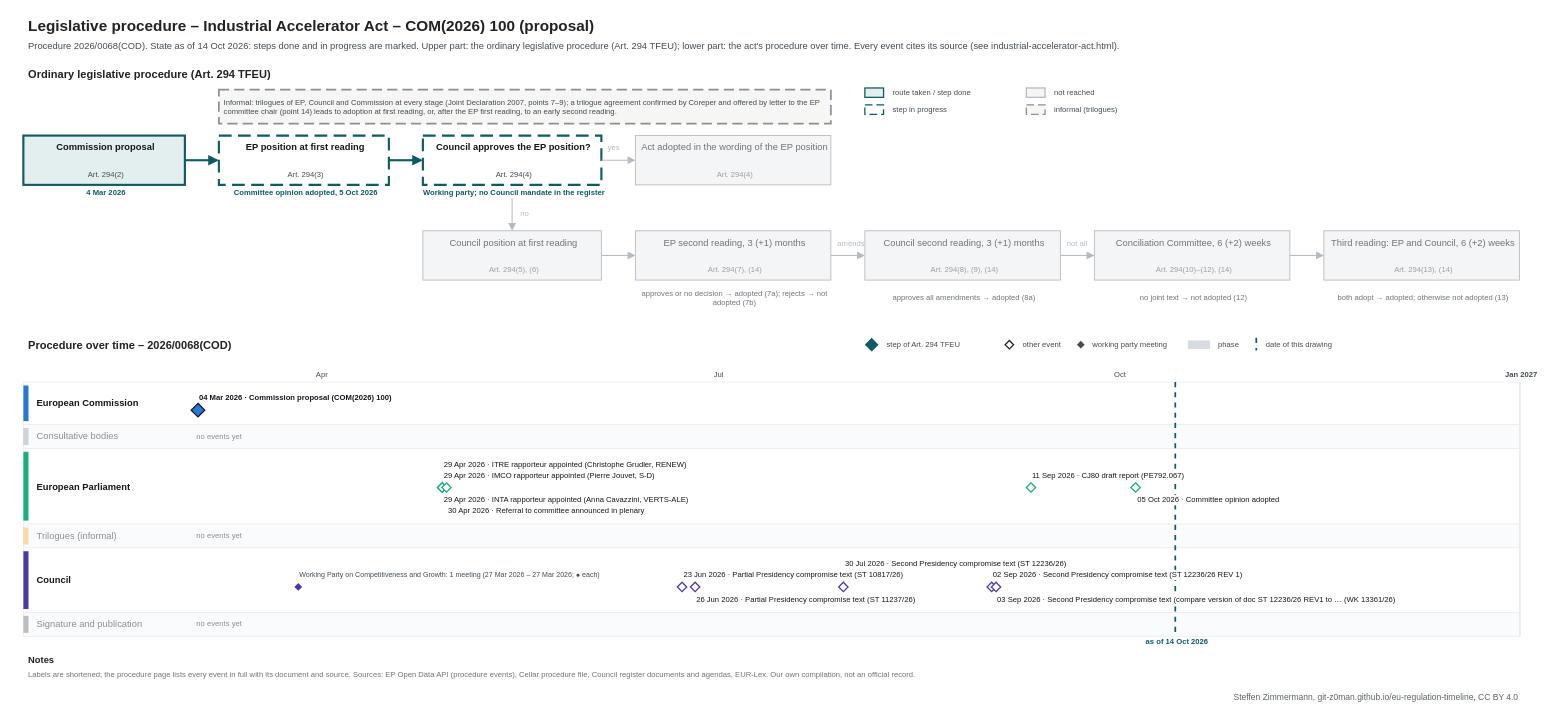
Earlier version of the draw.io diagram procedures/industrial-accelerator-act.drawio (git-z0man/eu-regulation-timeline). Source tidied: cells renumbered, new cells numbered last; positions are measured from the earlier drawing's top-left corner, leaving out a move shared by most shapes. Both pictures are drawn from the tidied source at 85%, with x=0, y=0 at pixel (14, 14).
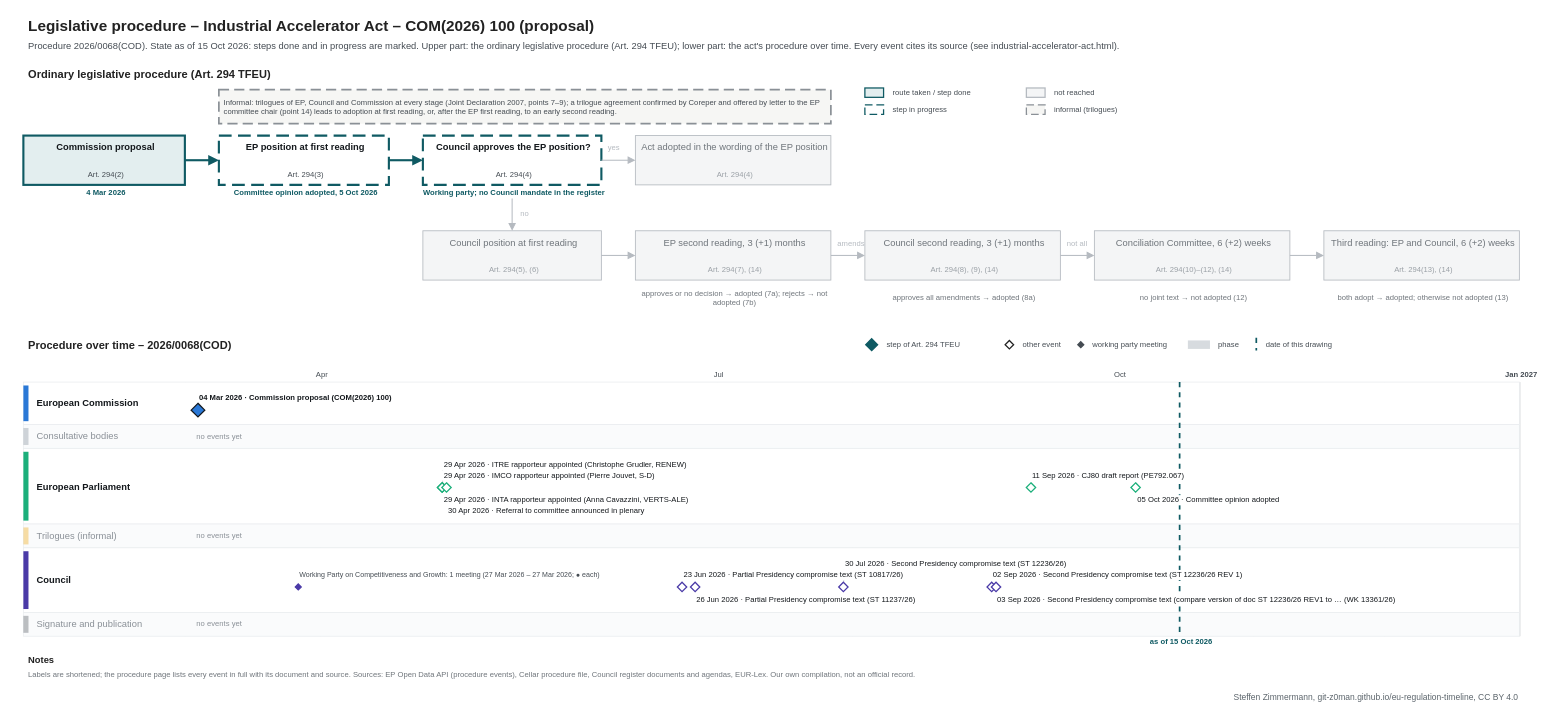
After the change.

Change to the diagram source:
```diff
@@
-    <mxCell id="3" value="Procedure 2026/0068(COD). State as of 14 Oct 2026: steps done and in progress are marked. Upper part: the ordinary legislative procedure (Art. 294 TFEU); lower part: the act's procedure over time. Every event cites its source (see industrial-accelerator-act.html)." style="text;html=1;fontSize=11;fontColor=#454c53;align=left;verticalAlign=middle;spacingLeft=4;" parent="1" vertex="1">
+    <mxCell id="3" value="Procedure 2026/0068(COD). State as of 15 Oct 2026: steps done and in progress are marked. Upper part: the ordinary legislative procedure (Art. 294 TFEU); lower part: the act's procedure over time. Every event cites its source (see industrial-accelerator-act.html)." style="text;html=1;fontSize=11;fontColor=#454c53;align=left;verticalAlign=middle;spacingLeft=4;" parent="1" vertex="1">
       <mxGeometry x="10" y="28" width="1700" height="18" as="geometry" />
     </mxCell>
@@
     <mxCell id="108" style="line;html=1;strokeWidth=2;strokeColor=#0f5a63;direction=south;dashed=1;" parent="1" vertex="1">
-      <mxGeometry x="1364.7" y="432" width="1" height="299" as="geometry" />
+      <mxGeometry x="1369.8" y="432" width="1" height="299" as="geometry" />
     </mxCell>
-    <mxCell id="109" value="as of 14 Oct 2026" style="text;html=1;fontSize=9;fontColor=#0f5a63;align=center;verticalAlign=middle;spacingLeft=4;fontStyle=1;" parent="1" vertex="1">
-      <mxGeometry x="1304.7" y="732" width="120" height="12" as="geometry" />
+    <mxCell id="109" value="as of 15 Oct 2026" style="text;html=1;fontSize=9;fontColor=#0f5a63;align=center;verticalAlign=middle;spacingLeft=4;fontStyle=1;" parent="1" vertex="1">
+      <mxGeometry x="1309.8" y="732" width="120" height="12" as="geometry" />
     </mxCell>
```
